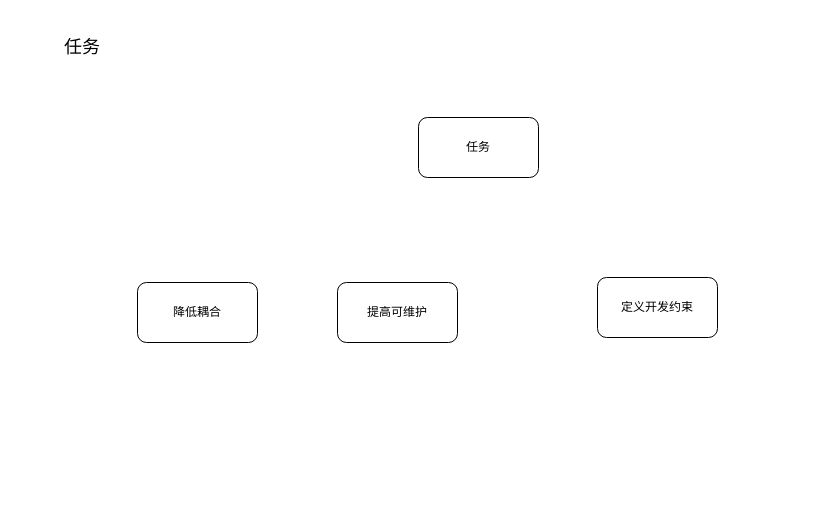
The draw.io diagram page "第 3 页" (4 of 5) of architecture.drawio in cer-cer/notes, before the edit. Source tidied: cells renumbered, new cells numbered last; positions are measured from the earlier drawing's top-left corner, leaving out a move shared by most shapes. Both pictures are drawn from the tidied source at 100%, with x=0, y=0 at pixel (47, 17).
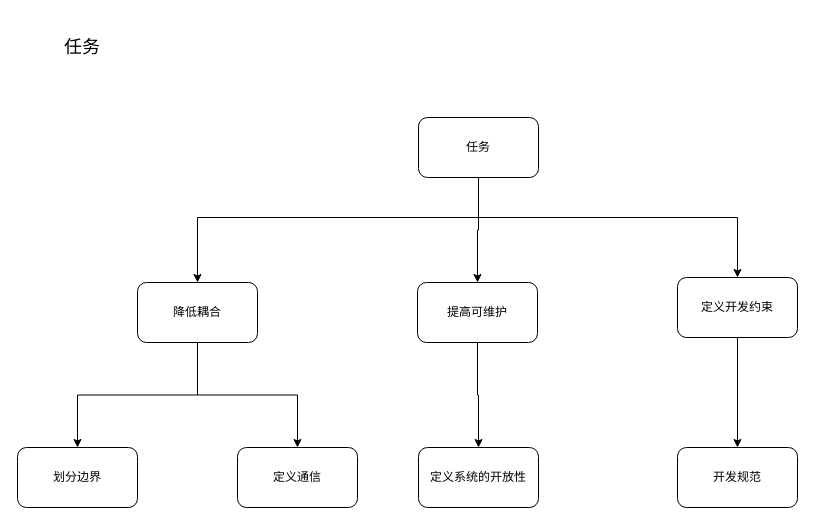
After the change.

Unchanged cells that the change refers to:
```xml
<mxCell id="3" value="任务" style="rounded=1;whiteSpace=wrap;html=1;" parent="1" vertex="1">
  <mxGeometry x="371" y="100" width="120" height="60" as="geometry" />
</mxCell>
<mxCell id="4" value="降低耦合" style="rounded=1;whiteSpace=wrap;html=1;" parent="1" vertex="1">
  <mxGeometry x="90" y="265" width="120" height="60" as="geometry" />
</mxCell>
```

The edit, as a diff of the source:
```diff
@@
+    <mxCell id="7" style="edgeStyle=orthogonalEdgeStyle;rounded=0;jettySize=auto;html=1;entryX=0.5;entryY=0;entryDx=0;entryDy=0;" parent="1" edge="1" source="3" target="5">
+      <mxGeometry relative="1" as="geometry" />
+    </mxCell>
+    <mxCell id="8" style="edgeStyle=orthogonalEdgeStyle;rounded=0;jettySize=auto;html=1;entryX=0.5;entryY=0;entryDx=0;entryDy=0;" parent="1" edge="1" source="3" target="4">
+      <mxGeometry relative="1" as="geometry">
+        <Array as="points">
+          <mxPoint x="431" y="200" />
+          <mxPoint x="150" y="200" />
+        </Array>
+      </mxGeometry>
+    </mxCell>
+    <mxCell id="9" style="edgeStyle=orthogonalEdgeStyle;rounded=0;jettySize=auto;html=1;entryX=0.5;entryY=0;entryDx=0;entryDy=0;" parent="1" edge="1" source="3" target="6">
+      <mxGeometry relative="1" as="geometry">
+        <Array as="points">
+          <mxPoint x="431" y="200" />
+          <mxPoint x="690" y="200" />
+        </Array>
+      </mxGeometry>
+    </mxCell>
@@
+    <mxCell id="10" style="edgeStyle=orthogonalEdgeStyle;rounded=0;jettySize=auto;html=1;entryX=0.5;entryY=0;entryDx=0;entryDy=0;" parent="1" edge="1" source="4" target="15">
+      <mxGeometry relative="1" as="geometry" />
+    </mxCell>
+    <mxCell id="11" style="edgeStyle=orthogonalEdgeStyle;rounded=0;jettySize=auto;html=1;entryX=0.5;entryY=0;entryDx=0;entryDy=0;" parent="1" edge="1" source="4" target="14">
+      <mxGeometry relative="1" as="geometry" />
+    </mxCell>
@@
+    <mxCell id="12" style="edgeStyle=orthogonalEdgeStyle;rounded=0;jettySize=auto;html=1;entryX=0.5;entryY=0;entryDx=0;entryDy=0;" parent="1" edge="1" source="5" target="16">
+      <mxGeometry relative="1" as="geometry" />
+    </mxCell>
     <mxCell id="5" value="提高可维护" style="rounded=1;whiteSpace=wrap;html=1;" parent="1" vertex="1">
-      <mxGeometry x="290" y="265" width="120" height="60" as="geometry" />
+      <mxGeometry x="370" y="265" width="120" height="60" as="geometry" />
     </mxCell>
+    <mxCell id="13" style="edgeStyle=orthogonalEdgeStyle;rounded=0;jettySize=auto;html=1;entryX=0.5;entryY=0;entryDx=0;entryDy=0;" parent="1" edge="1" source="6" target="17">
+      <mxGeometry relative="1" as="geometry" />
+    </mxCell>
     <mxCell id="6" value="定义开发约束" style="rounded=1;whiteSpace=wrap;html=1;" parent="1" vertex="1">
-      <mxGeometry x="550" y="260" width="120" height="60" as="geometry" />
+      <mxGeometry x="630" y="260" width="120" height="60" as="geometry" />
     </mxCell>
+    <mxCell id="14" value="划分边界" style="rounded=1;whiteSpace=wrap;html=1;" parent="1" vertex="1">
+      <mxGeometry x="-30" y="430" width="120" height="60" as="geometry" />
+    </mxCell>
+    <mxCell id="15" value="定义通信" style="rounded=1;whiteSpace=wrap;html=1;" parent="1" vertex="1">
+      <mxGeometry x="190" y="430" width="120" height="60" as="geometry" />
+    </mxCell>
+    <mxCell id="16" value="定义系统的开放性" style="rounded=1;whiteSpace=wrap;html=1;" parent="1" vertex="1">
+      <mxGeometry x="371" y="430" width="120" height="60" as="geometry" />
+    </mxCell>
+    <mxCell id="17" value="开发规范" style="rounded=1;whiteSpace=wrap;html=1;" parent="1" vertex="1">
+      <mxGeometry x="630" y="430" width="120" height="60" as="geometry" />
+    </mxCell>
```
